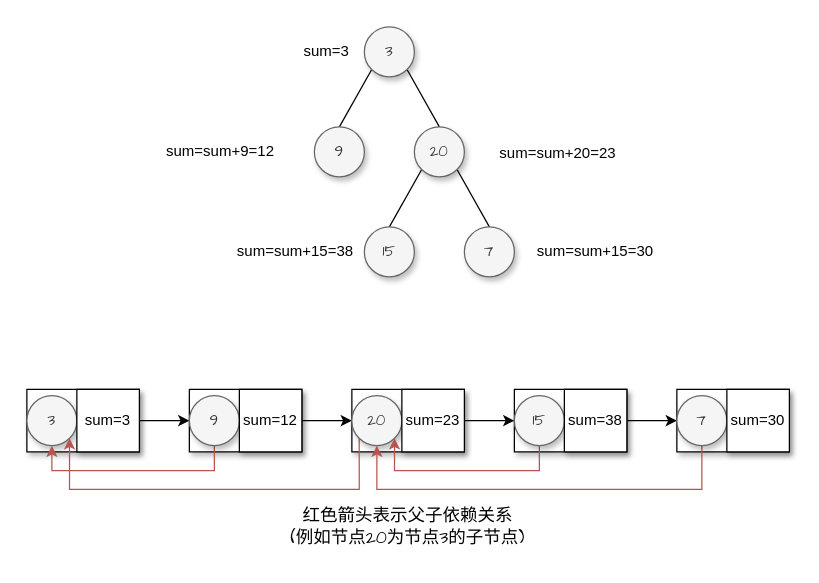
The draw.io diagram draw.io/路径和.drawio in goldknife6/algorithm, before the edit. Source tidied: cells renumbered, new cells numbered last; positions are measured from the earlier drawing's top-left corner, leaving out a move shared by most shapes. Both pictures are drawn from the tidied source at 125%, with x=0, y=0 at pixel (26, 26).
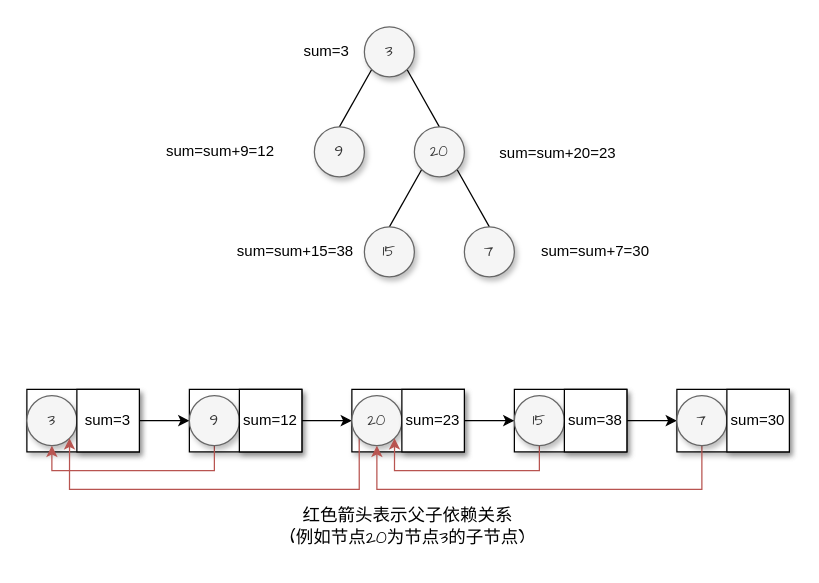
After the change.

Commit message:
更新路径和.drawio

Diff of the diagram source:
```diff
@@
-    <mxCell id="14" value="sum=sum+15=30" style="text;html=1;strokeColor=none;fillColor=none;align=center;verticalAlign=middle;whiteSpace=wrap;rounded=0;" parent="1" vertex="1">
+    <mxCell id="14" value="sum=sum+7=30" style="text;html=1;strokeColor=none;fillColor=none;align=center;verticalAlign=middle;whiteSpace=wrap;rounded=0;" parent="1" vertex="1">
       <mxGeometry x="400" y="160" width="110" height="40" as="geometry" />
     </mxCell>
```
